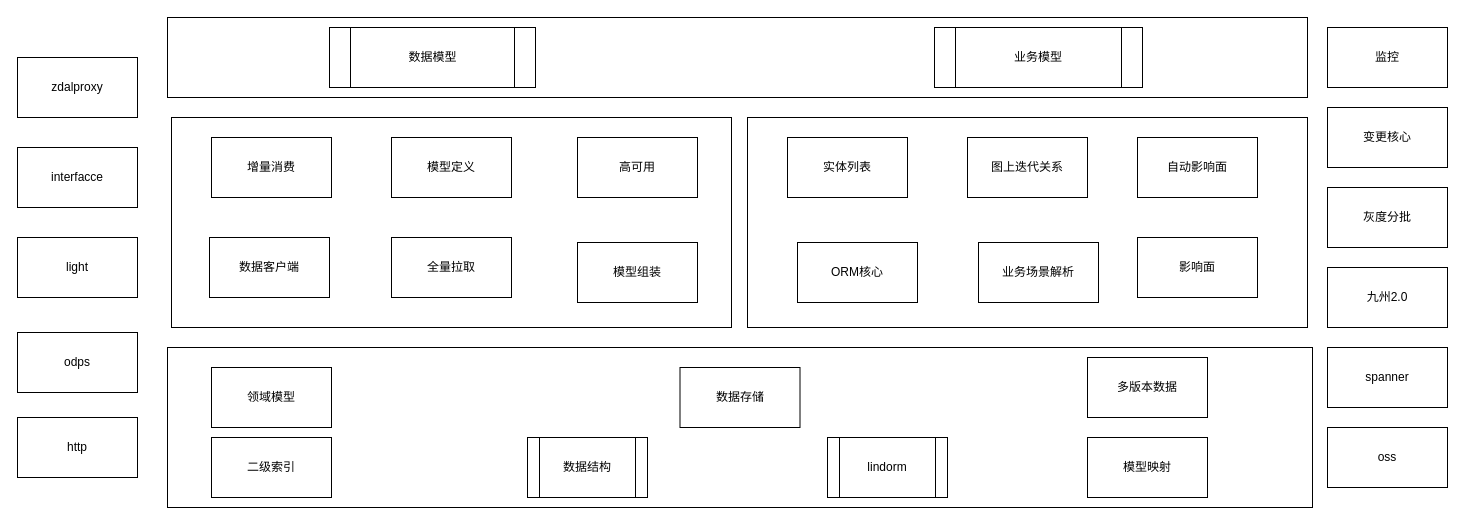
The draw.io diagram 影响面内部框架.drawio in frankneu/draw.io, before the edit. Source tidied: cells renumbered, new cells numbered last; positions are measured from the earlier drawing's top-left corner, leaving out a move shared by most shapes. Both pictures are drawn from the tidied source at 100%, with x=0, y=0 at pixel (17, 17).
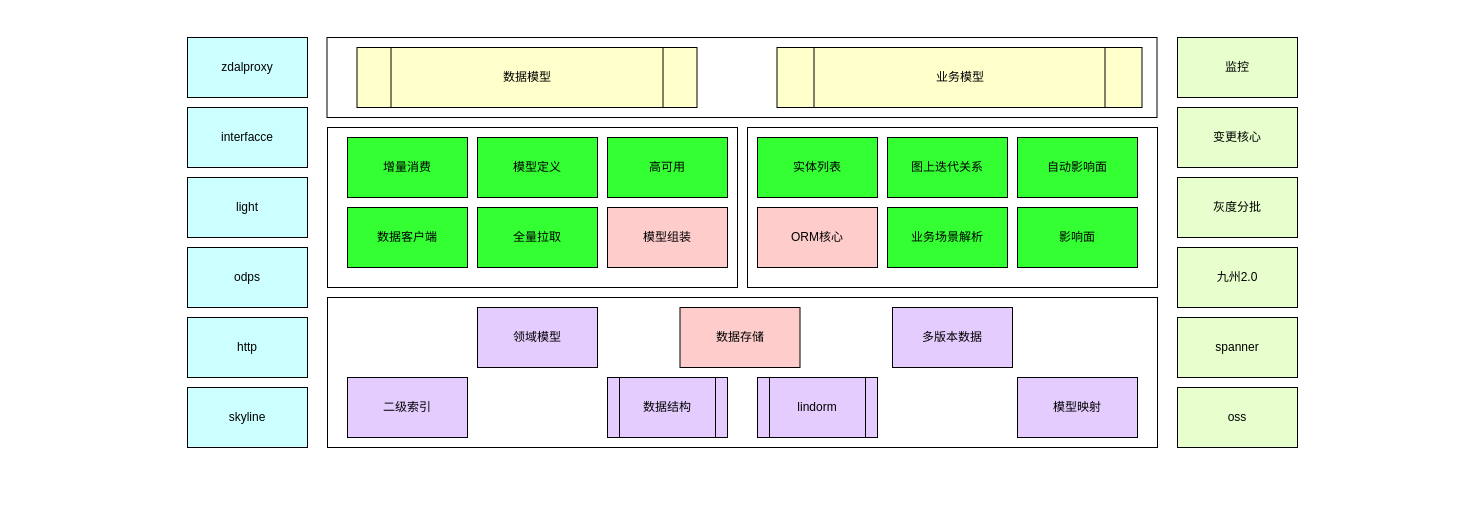
The same page after the edit.

Commit message:
Update 影响面内部框架.drawio

The edit, as a diff of the source:
```diff
@@
     <mxCell id="2" style="rounded=0;whiteSpace=wrap;html=1;" parent="1" vertex="1">
-      <mxGeometry x="150" width="1140" height="80" as="geometry" />
+      <mxGeometry x="309.5" y="20" width="830" height="80" as="geometry" />
     </mxCell>
     <mxCell id="3" style="rounded=0;whiteSpace=wrap;html=1;" parent="1" vertex="1">
-      <mxGeometry x="730" y="100" width="560" height="210" as="geometry" />
+      <mxGeometry x="730" y="110" width="410" height="160" as="geometry" />
     </mxCell>
     <mxCell id="4" style="rounded=0;whiteSpace=wrap;html=1;" parent="1" vertex="1">
-      <mxGeometry x="150" y="330" width="1145" height="160" as="geometry" />
+      <mxGeometry x="310" y="280" width="830" height="150" as="geometry" />
     </mxCell>
     <mxCell id="5" style="rounded=0;whiteSpace=wrap;html=1;" parent="1" vertex="1">
-      <mxGeometry x="154" y="100" width="560" height="210" as="geometry" />
+      <mxGeometry x="310" y="110" width="410" height="160" as="geometry" />
     </mxCell>
-    <mxCell id="6" value="增量消费" style="rounded=0;whiteSpace=wrap;html=1;" parent="1" vertex="1">
-      <mxGeometry x="194" y="120" width="120" height="60" as="geometry" />
+    <mxCell id="6" value="增量消费" style="rounded=0;whiteSpace=wrap;html=1;fillColor=#33FF33;" parent="1" vertex="1">
+      <mxGeometry x="330" y="120" width="120" height="60" as="geometry" />
     </mxCell>
-    <mxCell id="7" value="数据客户端" style="rounded=0;whiteSpace=wrap;html=1;" parent="1" vertex="1">
-      <mxGeometry x="192" y="220" width="120" height="60" as="geometry" />
+    <mxCell id="7" value="数据客户端" style="rounded=0;whiteSpace=wrap;html=1;fillColor=#33FF33;" parent="1" vertex="1">
+      <mxGeometry x="330" y="190" width="120" height="60" as="geometry" />
     </mxCell>
-    <mxCell id="8" value="模型定义" style="rounded=0;whiteSpace=wrap;html=1;" parent="1" vertex="1">
-      <mxGeometry x="374" y="120" width="120" height="60" as="geometry" />
+    <mxCell id="8" value="模型定义" style="rounded=0;whiteSpace=wrap;html=1;fillColor=#33FF33;" parent="1" vertex="1">
+      <mxGeometry x="460" y="120" width="120" height="60" as="geometry" />
     </mxCell>
-    <mxCell id="9" value="全量拉取" style="rounded=0;whiteSpace=wrap;html=1;" parent="1" vertex="1">
-      <mxGeometry x="374" y="220" width="120" height="60" as="geometry" />
+    <mxCell id="9" value="全量拉取" style="rounded=0;whiteSpace=wrap;html=1;fillColor=#33FF33;" parent="1" vertex="1">
+      <mxGeometry x="460" y="190" width="120" height="60" as="geometry" />
     </mxCell>
-    <mxCell id="10" value="模型组装" style="rounded=0;whiteSpace=wrap;html=1;" parent="1" vertex="1">
-      <mxGeometry x="560" y="225" width="120" height="60" as="geometry" />
+    <mxCell id="10" value="模型组装" style="rounded=0;whiteSpace=wrap;html=1;fillColor=#FFCCCC;" parent="1" vertex="1">
+      <mxGeometry x="590" y="190" width="120" height="60" as="geometry" />
     </mxCell>
-    <mxCell id="11" value="数据存储" style="rounded=0;whiteSpace=wrap;html=1;" parent="1" vertex="1">
-      <mxGeometry x="662.5" y="350" width="120" height="60" as="geometry" />
+    <mxCell id="11" value="数据存储" style="rounded=0;whiteSpace=wrap;html=1;fillColor=#FFCCCC;" parent="1" vertex="1">
+      <mxGeometry x="662.5" y="290" width="120" height="60" as="geometry" />
     </mxCell>
-    <mxCell id="12" value="ORM核心" style="rounded=0;whiteSpace=wrap;html=1;" parent="1" vertex="1">
-      <mxGeometry x="780" y="225" width="120" height="60" as="geometry" />
+    <mxCell id="12" value="ORM核心" style="rounded=0;whiteSpace=wrap;html=1;fillColor=#FFCCCC;" parent="1" vertex="1">
+      <mxGeometry x="740" y="190" width="120" height="60" as="geometry" />
     </mxCell>
-    <mxCell id="13" value="业务场景解析" style="rounded=0;whiteSpace=wrap;html=1;" parent="1" vertex="1">
-      <mxGeometry x="961" y="225" width="120" height="60" as="geometry" />
+    <mxCell id="13" value="业务场景解析" style="rounded=0;whiteSpace=wrap;html=1;fillColor=#33FF33;" parent="1" vertex="1">
+      <mxGeometry x="870" y="190" width="120" height="60" as="geometry" />
     </mxCell>
-    <mxCell id="14" value="影响面" style="rounded=0;whiteSpace=wrap;html=1;" parent="1" vertex="1">
-      <mxGeometry x="1120" y="220" width="120" height="60" as="geometry" />
+    <mxCell id="14" value="影响面" style="rounded=0;whiteSpace=wrap;html=1;fillColor=#33FF33;" parent="1" vertex="1">
+      <mxGeometry x="1000" y="190" width="120" height="60" as="geometry" />
     </mxCell>
-    <mxCell id="15" value="二级索引" style="rounded=0;whiteSpace=wrap;html=1;" parent="1" vertex="1">
-      <mxGeometry x="194" y="420" width="120" height="60" as="geometry" />
+    <mxCell id="15" value="二级索引" style="rounded=0;whiteSpace=wrap;html=1;fillColor=#E5CCFF;" parent="1" vertex="1">
+      <mxGeometry x="330" y="360" width="120" height="60" as="geometry" />
     </mxCell>
-    <mxCell id="16" value="模型映射" style="rounded=0;whiteSpace=wrap;html=1;" parent="1" vertex="1">
-      <mxGeometry x="1070" y="420" width="120" height="60" as="geometry" />
+    <mxCell id="16" value="模型映射" style="rounded=0;whiteSpace=wrap;html=1;fillColor=#E5CCFF;" parent="1" vertex="1">
+      <mxGeometry x="1000" y="360" width="120" height="60" as="geometry" />
     </mxCell>
-    <mxCell id="17" value="实体列表" style="rounded=0;whiteSpace=wrap;html=1;" parent="1" vertex="1">
-      <mxGeometry x="770" y="120" width="120" height="60" as="geometry" />
+    <mxCell id="17" value="实体列表" style="rounded=0;whiteSpace=wrap;html=1;fillColor=#33FF33;" parent="1" vertex="1">
+      <mxGeometry x="740" y="120" width="120" height="60" as="geometry" />
     </mxCell>
-    <mxCell id="18" value="图上迭代关系" style="rounded=0;whiteSpace=wrap;html=1;" parent="1" vertex="1">
-      <mxGeometry x="950" y="120" width="120" height="60" as="geometry" />
+    <mxCell id="18" value="图上迭代关系" style="rounded=0;whiteSpace=wrap;html=1;fillColor=#33FF33;" parent="1" vertex="1">
+      <mxGeometry x="870" y="120" width="120" height="60" as="geometry" />
     </mxCell>
-    <mxCell id="19" value="数据模型" style="shape=process;whiteSpace=wrap;html=1;backgroundOutline=1;" parent="1" vertex="1">
-      <mxGeometry x="312" y="10" width="206" height="60" as="geometry" />
+    <mxCell id="19" value="数据模型" style="shape=process;whiteSpace=wrap;html=1;backgroundOutline=1;fillColor=#FFFFCC;" parent="1" vertex="1">
+      <mxGeometry x="339.5" y="30" width="340" height="60" as="geometry" />
     </mxCell>
-    <mxCell id="20" value="业务模型" style="shape=process;whiteSpace=wrap;html=1;backgroundOutline=1;" parent="1" vertex="1">
-      <mxGeometry x="917" y="10" width="208" height="60" as="geometry" />
+    <mxCell id="20" value="业务模型" style="shape=process;whiteSpace=wrap;html=1;backgroundOutline=1;fillColor=#FFFFCC;" parent="1" vertex="1">
+      <mxGeometry x="759.5" y="30" width="365" height="60" as="geometry" />
     </mxCell>
-    <mxCell id="21" value="数据结构" style="shape=process;whiteSpace=wrap;html=1;backgroundOutline=1;" parent="1" vertex="1">
-      <mxGeometry x="510" y="420" width="120" height="60" as="geometry" />
+    <mxCell id="21" value="数据结构" style="shape=process;whiteSpace=wrap;html=1;backgroundOutline=1;fillColor=#E5CCFF;" parent="1" vertex="1">
+      <mxGeometry x="590" y="360" width="120" height="60" as="geometry" />
     </mxCell>
-    <mxCell id="22" value="高可用" style="rounded=0;whiteSpace=wrap;html=1;" parent="1" vertex="1">
-      <mxGeometry x="560" y="120" width="120" height="60" as="geometry" />
+    <mxCell id="22" value="高可用" style="rounded=0;whiteSpace=wrap;html=1;fillColor=#33FF33;" parent="1" vertex="1">
+      <mxGeometry x="590" y="120" width="120" height="60" as="geometry" />
     </mxCell>
-    <mxCell id="23" value="自动影响面" style="rounded=0;whiteSpace=wrap;html=1;" parent="1" vertex="1">
-      <mxGeometry x="1120" y="120" width="120" height="60" as="geometry" />
+    <mxCell id="23" value="自动影响面" style="rounded=0;whiteSpace=wrap;html=1;fillColor=#33FF33;" parent="1" vertex="1">
+      <mxGeometry x="1000" y="120" width="120" height="60" as="geometry" />
     </mxCell>
-    <mxCell id="24" value="领域模型" style="rounded=0;whiteSpace=wrap;html=1;" parent="1" vertex="1">
-      <mxGeometry x="194" y="350" width="120" height="60" as="geometry" />
+    <mxCell id="24" value="领域模型" style="rounded=0;whiteSpace=wrap;html=1;fillColor=#E5CCFF;" parent="1" vertex="1">
+      <mxGeometry x="460" y="290" width="120" height="60" as="geometry" />
     </mxCell>
-    <mxCell id="25" value="多版本数据" style="rounded=0;whiteSpace=wrap;html=1;" parent="1" vertex="1">
-      <mxGeometry x="1070" y="340" width="120" height="60" as="geometry" />
+    <mxCell id="25" value="多版本数据" style="rounded=0;whiteSpace=wrap;html=1;fillColor=#E5CCFF;" parent="1" vertex="1">
+      <mxGeometry x="875" y="290" width="120" height="60" as="geometry" />
     </mxCell>
-    <mxCell id="26" value="监控" style="rounded=0;whiteSpace=wrap;html=1;" parent="1" vertex="1">
-      <mxGeometry x="1310" y="10" width="120" height="60" as="geometry" />
+    <mxCell id="26" value="监控" style="rounded=0;whiteSpace=wrap;html=1;fillColor=#E6FFCC;" parent="1" vertex="1">
+      <mxGeometry x="1160" y="20" width="120" height="60" as="geometry" />
     </mxCell>
-    <mxCell id="27" value="变更核心" style="rounded=0;whiteSpace=wrap;html=1;" parent="1" vertex="1">
-      <mxGeometry x="1310" y="90" width="120" height="60" as="geometry" />
+    <mxCell id="27" value="变更核心" style="rounded=0;whiteSpace=wrap;html=1;fillColor=#E6FFCC;" parent="1" vertex="1">
+      <mxGeometry x="1160" y="90" width="120" height="60" as="geometry" />
     </mxCell>
-    <mxCell id="28" value="灰度分批" style="rounded=0;whiteSpace=wrap;html=1;" parent="1" vertex="1">
-      <mxGeometry x="1310" y="170" width="120" height="60" as="geometry" />
+    <mxCell id="28" value="灰度分批" style="rounded=0;whiteSpace=wrap;html=1;fillColor=#E6FFCC;" parent="1" vertex="1">
+      <mxGeometry x="1160" y="160" width="120" height="60" as="geometry" />
     </mxCell>
-    <mxCell id="29" value="九州2.0" style="rounded=0;whiteSpace=wrap;html=1;" parent="1" vertex="1">
-      <mxGeometry x="1310" y="250" width="120" height="60" as="geometry" />
+    <mxCell id="29" value="九州2.0" style="rounded=0;whiteSpace=wrap;html=1;fillColor=#E6FFCC;" parent="1" vertex="1">
+      <mxGeometry x="1160" y="230" width="120" height="60" as="geometry" />
     </mxCell>
-    <mxCell id="30" value="spanner" style="rounded=0;whiteSpace=wrap;html=1;" parent="1" vertex="1">
-      <mxGeometry x="1310" y="330" width="120" height="60" as="geometry" />
+    <mxCell id="30" value="spanner" style="rounded=0;whiteSpace=wrap;html=1;fillColor=#E6FFCC;" parent="1" vertex="1">
+      <mxGeometry x="1160" y="300" width="120" height="60" as="geometry" />
     </mxCell>
-    <mxCell id="31" value="oss" style="rounded=0;whiteSpace=wrap;html=1;" parent="1" vertex="1">
-      <mxGeometry x="1310" y="410" width="120" height="60" as="geometry" />
+    <mxCell id="31" value="oss" style="rounded=0;whiteSpace=wrap;html=1;fillColor=#E6FFCC;" parent="1" vertex="1">
+      <mxGeometry x="1160" y="370" width="120" height="60" as="geometry" />
     </mxCell>
-    <mxCell id="32" value="lindorm" style="shape=process;whiteSpace=wrap;html=1;backgroundOutline=1;" parent="1" vertex="1">
-      <mxGeometry x="810" y="420" width="120" height="60" as="geometry" />
+    <mxCell id="32" value="lindorm" style="shape=process;whiteSpace=wrap;html=1;backgroundOutline=1;fillColor=#E5CCFF;" parent="1" vertex="1">
+      <mxGeometry x="740" y="360" width="120" height="60" as="geometry" />
     </mxCell>
-    <mxCell id="33" value="zdalproxy" style="rounded=0;whiteSpace=wrap;html=1;" parent="1" vertex="1">
-      <mxGeometry y="40" width="120" height="60" as="geometry" />
+    <mxCell id="33" value="zdalproxy" style="rounded=0;whiteSpace=wrap;html=1;fillColor=#CCFFFF;" parent="1" vertex="1">
+      <mxGeometry x="170" y="20" width="120" height="60" as="geometry" />
     </mxCell>
-    <mxCell id="34" value="interfacce" style="rounded=0;whiteSpace=wrap;html=1;" parent="1" vertex="1">
-      <mxGeometry y="130" width="120" height="60" as="geometry" />
+    <mxCell id="34" value="interfacce" style="rounded=0;whiteSpace=wrap;html=1;fillColor=#CCFFFF;" parent="1" vertex="1">
+      <mxGeometry x="170" y="90" width="120" height="60" as="geometry" />
     </mxCell>
-    <mxCell id="35" value="light" style="rounded=0;whiteSpace=wrap;html=1;" parent="1" vertex="1">
-      <mxGeometry y="220" width="120" height="60" as="geometry" />
+    <mxCell id="35" value="light" style="rounded=0;whiteSpace=wrap;html=1;fillColor=#CCFFFF;" parent="1" vertex="1">
+      <mxGeometry x="170" y="160" width="120" height="60" as="geometry" />
     </mxCell>
-    <mxCell id="36" value="odps" style="rounded=0;whiteSpace=wrap;html=1;" parent="1" vertex="1">
-      <mxGeometry y="315" width="120" height="60" as="geometry" />
+    <mxCell id="36" value="odps" style="rounded=0;whiteSpace=wrap;html=1;fillColor=#CCFFFF;" parent="1" vertex="1">
+      <mxGeometry x="170" y="230" width="120" height="60" as="geometry" />
     </mxCell>
-    <mxCell id="37" value="http" style="rounded=0;whiteSpace=wrap;html=1;" parent="1" vertex="1">
-      <mxGeometry y="400" width="120" height="60" as="geometry" />
+    <mxCell id="37" value="http" style="rounded=0;whiteSpace=wrap;html=1;fillColor=#CCFFFF;" parent="1" vertex="1">
+      <mxGeometry x="170" y="300" width="120" height="60" as="geometry" />
     </mxCell>
+    <mxCell id="38" value="skyline" style="rounded=0;whiteSpace=wrap;html=1;fillColor=#CCFFFF;" parent="1" vertex="1">
+      <mxGeometry x="170" y="370" width="120" height="60" as="geometry" />
+    </mxCell>
```
